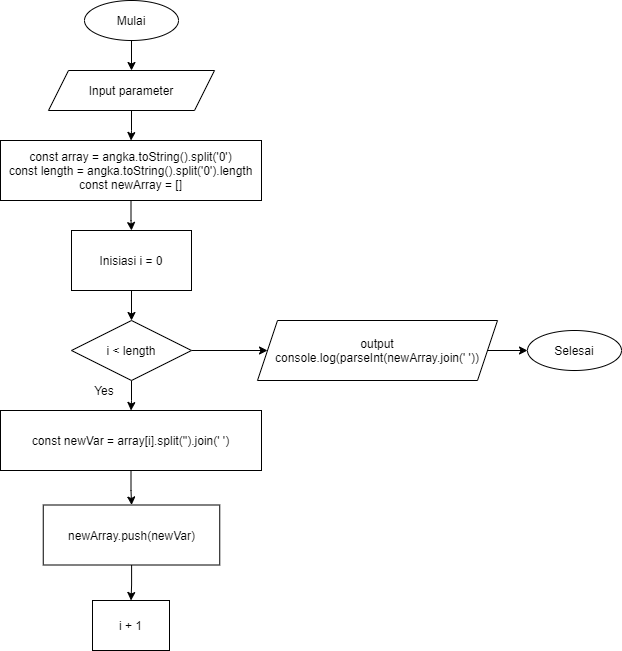
Above: image/fc.png in MuhammadRizkyRamadhan24/b22-javascript-4 (draw.io), before the change. Source tidied: cells renumbered, new cells last; positions are measured from the earlier drawing's top-left corner, leaving out a move shared by most shapes. Its diagram source:
```xml
<mxGraphModel>
  <root>
    <mxCell id="0" />
    <mxCell id="1" parent="0" />
    <mxCell id="2" style="edgeStyle=orthogonalEdgeStyle;rounded=0;jettySize=auto;html=1;" parent="1" edge="1" source="3">
      <mxGeometry relative="1" as="geometry">
        <mxPoint x="131" y="70" as="targetPoint" />
      </mxGeometry>
    </mxCell>
    <mxCell id="3" value="Mulai" style="ellipse;whiteSpace=wrap;html=1;" parent="1" vertex="1">
      <mxGeometry x="84" width="94" height="40" as="geometry" />
    </mxCell>
    <mxCell id="4" style="edgeStyle=orthogonalEdgeStyle;rounded=0;jettySize=auto;html=1;" parent="1" edge="1" source="5" target="7">
      <mxGeometry relative="1" as="geometry" />
    </mxCell>
    <mxCell id="5" value="Input parameter" style="shape=parallelogram;perimeter=parallelogramPerimeter;whiteSpace=wrap;html=1;fixedSize=1;" parent="1" vertex="1">
      <mxGeometry x="48" y="70" width="166" height="40" as="geometry" />
    </mxCell>
    <mxCell id="6" style="edgeStyle=orthogonalEdgeStyle;rounded=0;jettySize=auto;html=1;" parent="1" edge="1" source="7" target="12">
      <mxGeometry relative="1" as="geometry" />
    </mxCell>
    <mxCell id="7" value="const array = angka.toString().split('0')&lt;br&gt;const length = angka.toString().split('0').length&lt;br&gt;const newArray = []" style="rounded=0;whiteSpace=wrap;html=1;" parent="1" vertex="1">
      <mxGeometry y="140" width="261" height="60" as="geometry" />
    </mxCell>
    <mxCell id="8" style="edgeStyle=orthogonalEdgeStyle;rounded=0;jettySize=auto;html=1;" parent="1" edge="1" source="10" target="14">
      <mxGeometry relative="1" as="geometry" />
    </mxCell>
    <mxCell id="9" style="edgeStyle=orthogonalEdgeStyle;rounded=0;jettySize=auto;html=1;" parent="1" edge="1" source="10" target="20">
      <mxGeometry relative="1" as="geometry" />
    </mxCell>
    <mxCell id="10" value="i &amp;lt; length" style="rhombus;whiteSpace=wrap;html=1;" parent="1" vertex="1">
      <mxGeometry x="71" y="320" width="120" height="60" as="geometry" />
    </mxCell>
    <mxCell id="11" style="edgeStyle=orthogonalEdgeStyle;rounded=0;jettySize=auto;html=1;" parent="1" edge="1" source="12" target="10">
      <mxGeometry relative="1" as="geometry" />
    </mxCell>
    <mxCell id="12" value="Inisiasi i = 0" style="rounded=0;whiteSpace=wrap;html=1;" parent="1" vertex="1">
      <mxGeometry x="71" y="230" width="120" height="60" as="geometry" />
    </mxCell>
    <mxCell id="13" style="edgeStyle=orthogonalEdgeStyle;rounded=0;jettySize=auto;html=1;" parent="1" edge="1" source="14" target="16">
      <mxGeometry relative="1" as="geometry" />
    </mxCell>
    <mxCell id="14" value="const newVar = array[i].split('').join(' ')" style="rounded=0;whiteSpace=wrap;html=1;" parent="1" vertex="1">
      <mxGeometry y="410" width="261" height="60" as="geometry" />
    </mxCell>
    <mxCell id="15" style="edgeStyle=orthogonalEdgeStyle;rounded=0;jettySize=auto;html=1;" parent="1" edge="1" source="16" target="17">
      <mxGeometry relative="1" as="geometry" />
    </mxCell>
    <mxCell id="16" value="newArray.push(newVar)" style="rounded=0;whiteSpace=wrap;html=1;" parent="1" vertex="1">
      <mxGeometry x="42.8" y="504.5" width="176.5" height="60" as="geometry" />
    </mxCell>
    <mxCell id="17" value="i + 1" style="rounded=0;whiteSpace=wrap;html=1;" parent="1" vertex="1">
      <mxGeometry x="92" y="600" width="77" height="50" as="geometry" />
    </mxCell>
    <mxCell id="18" value="Yes" style="text;html=1;strokeColor=none;fillColor=none;align=center;verticalAlign=middle;whiteSpace=wrap;rounded=0;" parent="1" vertex="1">
      <mxGeometry x="84" y="380" width="40" height="20" as="geometry" />
    </mxCell>
    <mxCell id="19" style="edgeStyle=orthogonalEdgeStyle;rounded=0;jettySize=auto;html=1;" parent="1" edge="1" source="20" target="21">
      <mxGeometry relative="1" as="geometry" />
    </mxCell>
    <mxCell id="20" value="&lt;span&gt;output&lt;/span&gt;&lt;br&gt;&lt;span&gt;console.log(parseInt(newArray.join(' '))&lt;/span&gt;" style="shape=parallelogram;perimeter=parallelogramPerimeter;whiteSpace=wrap;html=1;fixedSize=1;" parent="1" vertex="1">
      <mxGeometry x="257" y="320" width="240" height="60" as="geometry" />
    </mxCell>
    <mxCell id="21" value="Selesai" style="ellipse;whiteSpace=wrap;html=1;" parent="1" vertex="1">
      <mxGeometry x="527" y="330" width="94" height="40" as="geometry" />
    </mxCell>
  </root>
</mxGraphModel>
```
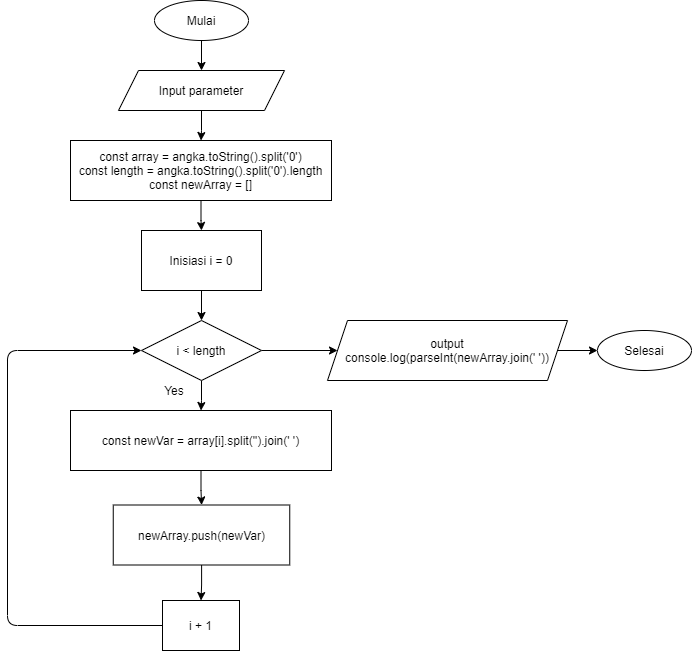
The same file after the commit.

What changed in the source:
```diff
@@ -64,5 +64,13 @@
     <mxCell id="21" value="Selesai" style="ellipse;whiteSpace=wrap;html=1;" parent="1" vertex="1">
       <mxGeometry x="527" y="330" width="94" height="40" as="geometry" />
     </mxCell>
+    <mxCell id="22" style="endArrow=classic;html=1;exitX=0;exitY=0.5;exitDx=0;exitDy=0;entryX=0;entryY=0.5;entryDx=0;entryDy=0;" parent="1" edge="1" source="17" target="10">
+      <mxGeometry relative="1" as="geometry">
+        <Array as="points">
+          <mxPoint x="-63" y="625" />
+          <mxPoint x="-63" y="350" />
+        </Array>
+      </mxGeometry>
+    </mxCell>
   </root>
 </mxGraphModel>
```
